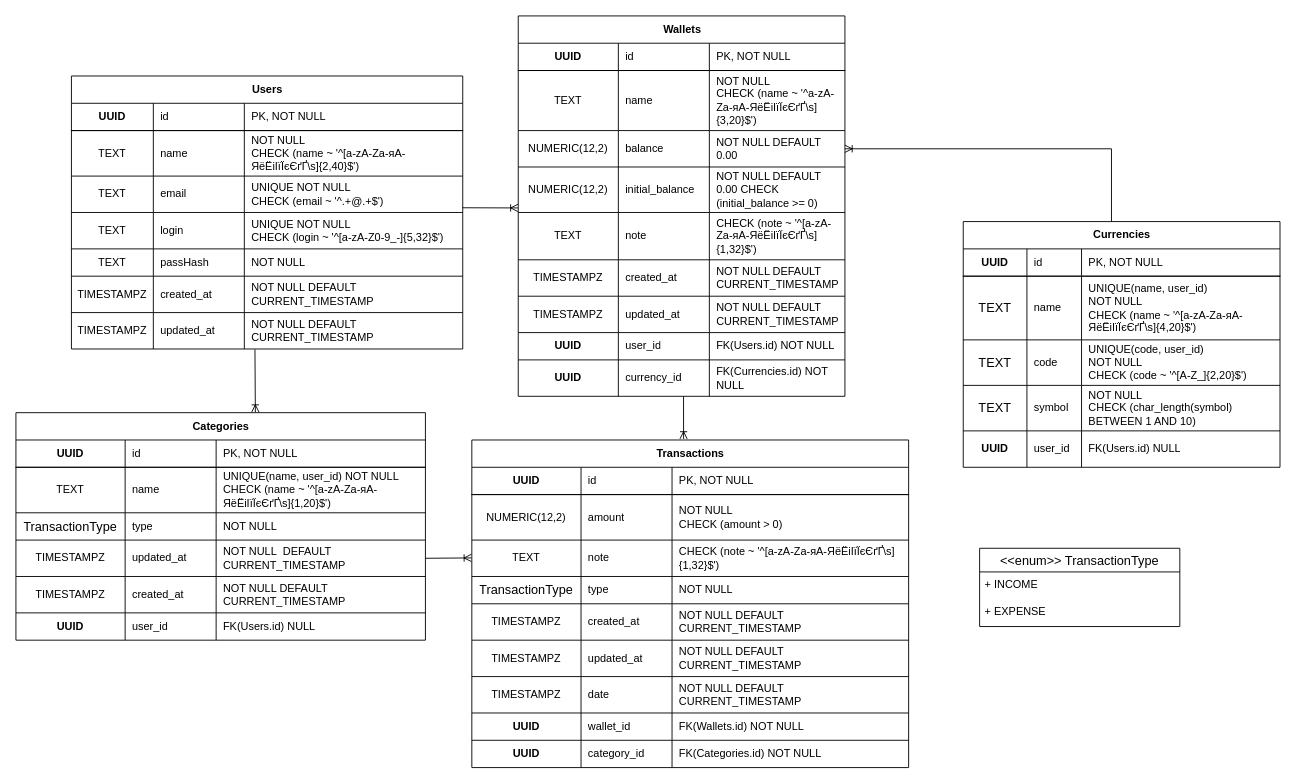
Above: docs/ER diagram DB.drawio in sopkodioni/financecheck (draw.io), before the change. Source tidied: cells renumbered, new cells numbered last; positions are measured from the earlier drawing's top-left corner, leaving out a move shared by most shapes. Both pictures are drawn from the tidied source at 91%, with x=0, y=0 at pixel (15, 15).
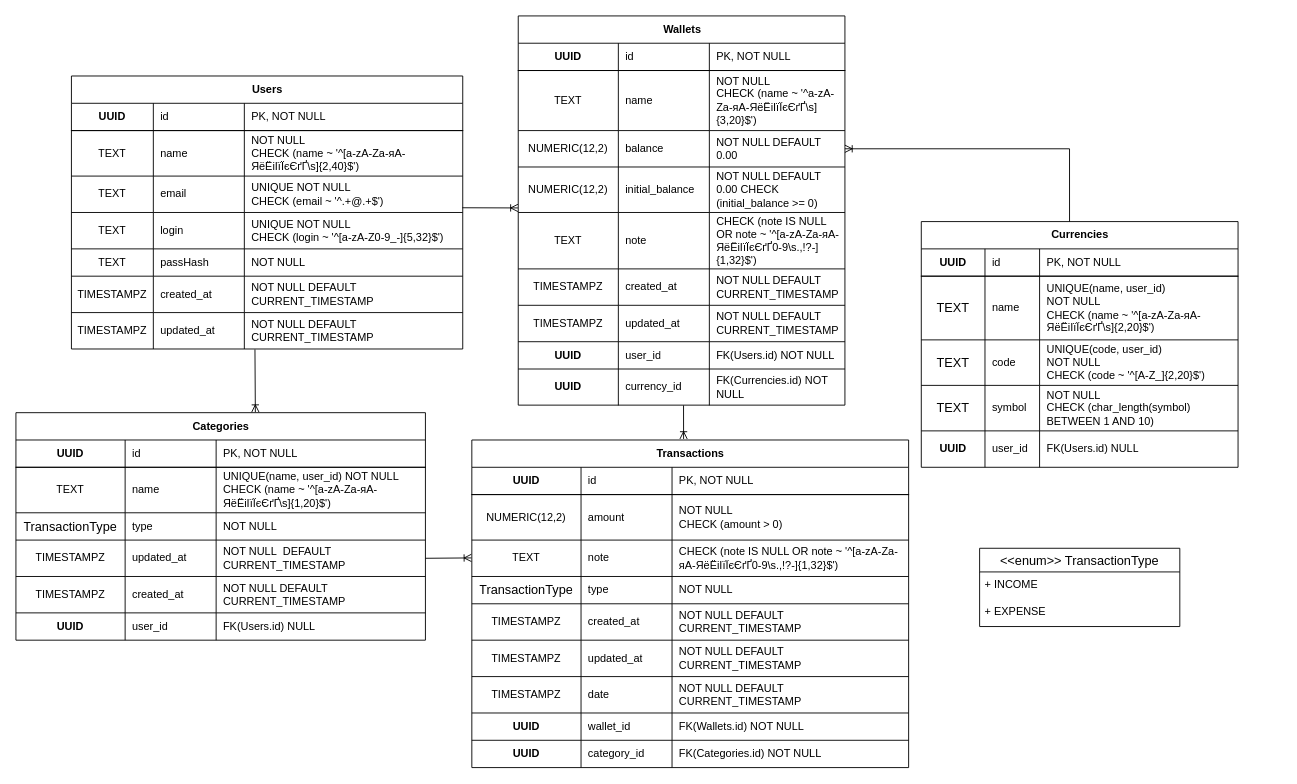
The same diagram, later.

Commit message (it also covers changes not shown here):
docs(erd): update string validation rules

Unchanged cells that the change refers to:
```xml
<mxCell id="77" style="shape=tableRow;horizontal=0;startSize=0;swimlaneHead=0;swimlaneBody=0;fillColor=none;points=[[0,0.5],[1,0.5]];portConstraint=eastwest;top=0;left=0;right=0;bottom=0;" parent="68" vertex="1">
  <mxGeometry y="110" width="480" height="40" as="geometry" />
</mxCell>
<mxCell id="110" style="shape=tableRow;horizontal=0;startSize=0;swimlaneHead=0;swimlaneBody=0;fillColor=none;top=0;left=0;right=0;bottom=0;" parent="105" vertex="1">
  <mxGeometry y="60" width="348.1" height="70" as="geometry" />
</mxCell>
```

Change to the diagram source:
```diff
@@
     <mxCell id="2" value="Wallets" style="shape=table;startSize=30;childLayout=tableLayout;rowLines=1;fontStyle=1;align=center;html=1;" parent="1" vertex="1">
-      <mxGeometry x="552" width="359" height="418" as="geometry" />
+      <mxGeometry x="552" width="359" height="427.7" as="geometry" />
     </mxCell>
@@
     <mxCell id="19" style="shape=tableRow;horizontal=0;startSize=0;swimlaneHead=0;swimlaneBody=0;fillColor=none;top=0;left=0;right=0;bottom=0;" parent="2" vertex="1">
-      <mxGeometry y="216" width="359" height="52" as="geometry" />
+      <mxGeometry y="216" width="359" height="62" as="geometry" />
     </mxCell>
     <mxCell id="20" value="TEXT" style="shape=partialRectangle;fillColor=none;top=0;left=0;bottom=0;right=0;overflow=hidden;whiteSpace=wrap;html=1;" parent="19" vertex="1">
-      <mxGeometry width="110" height="52" as="geometry" />
+      <mxGeometry width="110" height="62" as="geometry" />
     </mxCell>
     <mxCell id="21" value="note" style="shape=partialRectangle;fillColor=none;top=0;left=0;bottom=0;right=0;align=left;spacingLeft=6;overflow=hidden;whiteSpace=wrap;html=1;" parent="19" vertex="1">
-      <mxGeometry x="110" width="100" height="52" as="geometry" />
+      <mxGeometry x="110" width="100" height="62" as="geometry" />
     </mxCell>
-    <mxCell id="22" value="CHECK (note ~ '^[a-zA-Zа-яА-ЯёЁіІїЇєЄґҐ\s]{1,32}$')" style="shape=partialRectangle;fillColor=none;top=0;left=0;bottom=0;right=0;align=left;spacingLeft=6;overflow=hidden;whiteSpace=wrap;html=1;" parent="19" vertex="1">
-      <mxGeometry x="210" width="149" height="52" as="geometry" />
+    <mxCell id="22" value="CHECK (note &lt;span class=&quot;hljs-keyword&quot;&gt;IS&lt;/span&gt; &lt;span class=&quot;hljs-keyword&quot;&gt;NULL&lt;/span&gt; &lt;span class=&quot;hljs-keyword&quot;&gt;OR&lt;/span&gt; note &lt;span class=&quot;hljs-operator&quot;&gt;~&lt;/span&gt; &lt;span class=&quot;hljs-string&quot;&gt;'^[a-zA-Zа-яА-ЯёЁіІїЇєЄґҐ0-9\s.,!?-]{1,32}$'&lt;/span&gt;)" style="shape=partialRectangle;fillColor=none;top=0;left=0;bottom=0;right=0;align=left;spacingLeft=6;overflow=hidden;whiteSpace=wrap;html=1;" parent="19" vertex="1">
+      <mxGeometry x="210" width="149" height="62" as="geometry" />
     </mxCell>
     <mxCell id="23" style="shape=tableRow;horizontal=0;startSize=0;swimlaneHead=0;swimlaneBody=0;fillColor=none;top=0;left=0;right=0;bottom=0;" parent="2" vertex="1">
-      <mxGeometry y="268" width="359" height="40" as="geometry" />
+      <mxGeometry y="278" width="359" height="40" as="geometry" />
     </mxCell>
@@
     <mxCell id="27" style="shape=tableRow;horizontal=0;startSize=0;swimlaneHead=0;swimlaneBody=0;fillColor=none;top=0;left=0;right=0;bottom=0;" parent="2" vertex="1">
-      <mxGeometry y="308" width="359" height="40" as="geometry" />
+      <mxGeometry y="318" width="359" height="40" as="geometry" />
     </mxCell>
@@
     <mxCell id="31" style="shape=tableRow;horizontal=0;startSize=0;swimlaneHead=0;swimlaneBody=0;fillColor=none;top=0;left=0;right=0;bottom=0;" parent="2" vertex="1">
-      <mxGeometry y="348" width="359" height="30" as="geometry" />
+      <mxGeometry y="358" width="359" height="30" as="geometry" />
     </mxCell>
@@
     <mxCell id="35" style="shape=tableRow;horizontal=0;startSize=0;swimlaneHead=0;swimlaneBody=0;fillColor=none;points=[[0,0.5],[1,0.5]];portConstraint=eastwest;top=0;left=0;right=0;bottom=0;" parent="2" vertex="1">
-      <mxGeometry y="378" width="359" height="40" as="geometry" />
+      <mxGeometry y="388" width="359" height="40" as="geometry" />
     </mxCell>
@@
-    <mxCell id="80" value="CHECK (note ~ '^[a-zA-Zа-яА-ЯёЁіІїЇєЄґҐ\s]{1,32}$')" style="shape=partialRectangle;fillColor=none;top=0;left=0;bottom=0;right=0;align=left;spacingLeft=6;overflow=hidden;whiteSpace=wrap;html=1;" parent="77" vertex="1">
+    <mxCell id="80" value="CHECK (note &lt;span class=&quot;hljs-keyword&quot;&gt;IS&lt;/span&gt; &lt;span class=&quot;hljs-keyword&quot;&gt;NULL&lt;/span&gt; &lt;span class=&quot;hljs-keyword&quot;&gt;OR&lt;/span&gt; note &lt;span class=&quot;hljs-operator&quot;&gt;~&lt;/span&gt; &lt;span class=&quot;hljs-string&quot;&gt;'^[a-zA-Zа-яА-ЯёЁіІїЇєЄґҐ0-9\s.,!?-]{1,32}$'&lt;/span&gt;)" style="shape=partialRectangle;fillColor=none;top=0;left=0;bottom=0;right=0;align=left;spacingLeft=6;overflow=hidden;whiteSpace=wrap;html=1;" parent="77" vertex="1">
       <mxGeometry x="220" width="260" height="40" as="geometry" />
     </mxCell>
@@
     <mxCell id="105" value="Currencies" style="shape=table;startSize=30;childLayout=tableLayout;rowLines=1;fontStyle=1;align=center;html=1;" parent="1" vertex="1">
-      <mxGeometry x="1041" y="226" width="348.1" height="270" as="geometry" />
+      <mxGeometry x="994.9" y="226" width="348.1" height="270" as="geometry" />
     </mxCell>
@@
-    <mxCell id="113" value="UNIQUE(name, user_id)&lt;div&gt;NOT NULL&amp;nbsp;&lt;br&gt;CHECK (name ~&amp;nbsp;'^[a-zA-Zа-яА-ЯёЁіІїЇєЄґҐ\s]{4,20}$')&lt;/div&gt;" style="shape=partialRectangle;fillColor=none;top=0;left=0;bottom=0;right=0;align=left;spacingLeft=6;overflow=hidden;whiteSpace=wrap;html=1;" parent="110" vertex="1">
+    <mxCell id="113" value="UNIQUE(name, user_id)&lt;div&gt;NOT NULL&amp;nbsp;&lt;br&gt;CHECK (name ~&amp;nbsp;'^[a-zA-Zа-яА-ЯёЁіІїЇєЄґҐ\s]{2,20}$')&lt;/div&gt;" style="shape=partialRectangle;fillColor=none;top=0;left=0;bottom=0;right=0;align=left;spacingLeft=6;overflow=hidden;whiteSpace=wrap;html=1;" parent="110" vertex="1">
       <mxGeometry x="130" width="218.1" height="70" as="geometry" />
     </mxCell>
```
